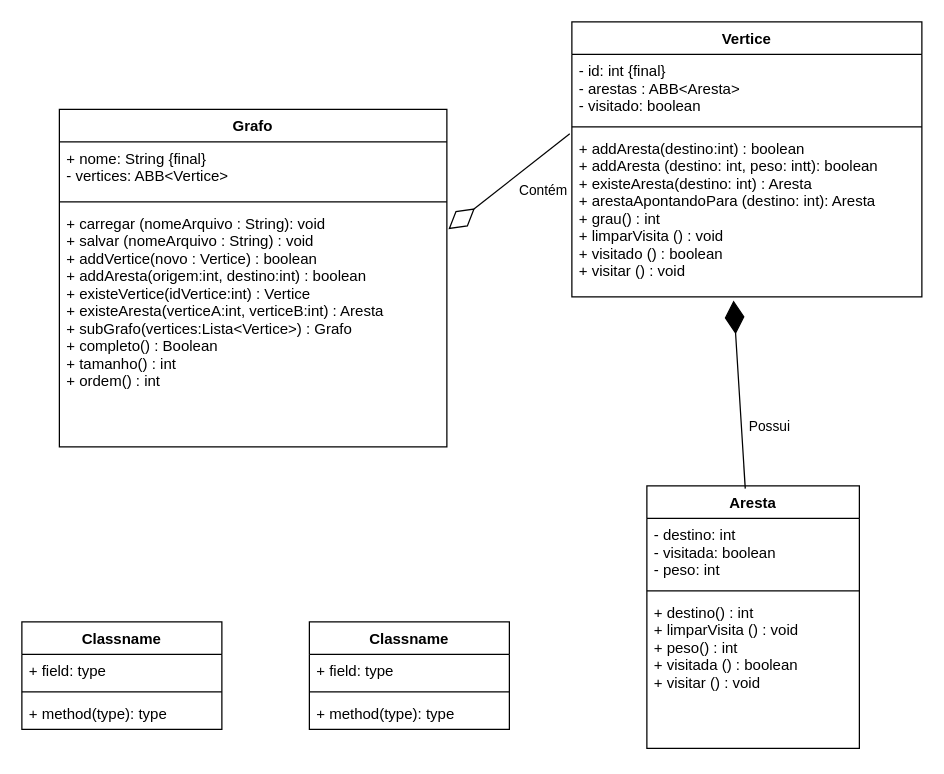
Earlier version of the draw.io diagram docs/diagramas/2.0 - Diagrama UML Algoritmos em Grafos.drawio (DisciplinasProgramacao/projeto2-t-e-a-m). Source tidied: cells renumbered, new cells numbered last; positions are measured from the earlier drawing's top-left corner, leaving out a move shared by most shapes. Both pictures are drawn from the tidied source at 125%, with x=0, y=0 at pixel (21, 21).
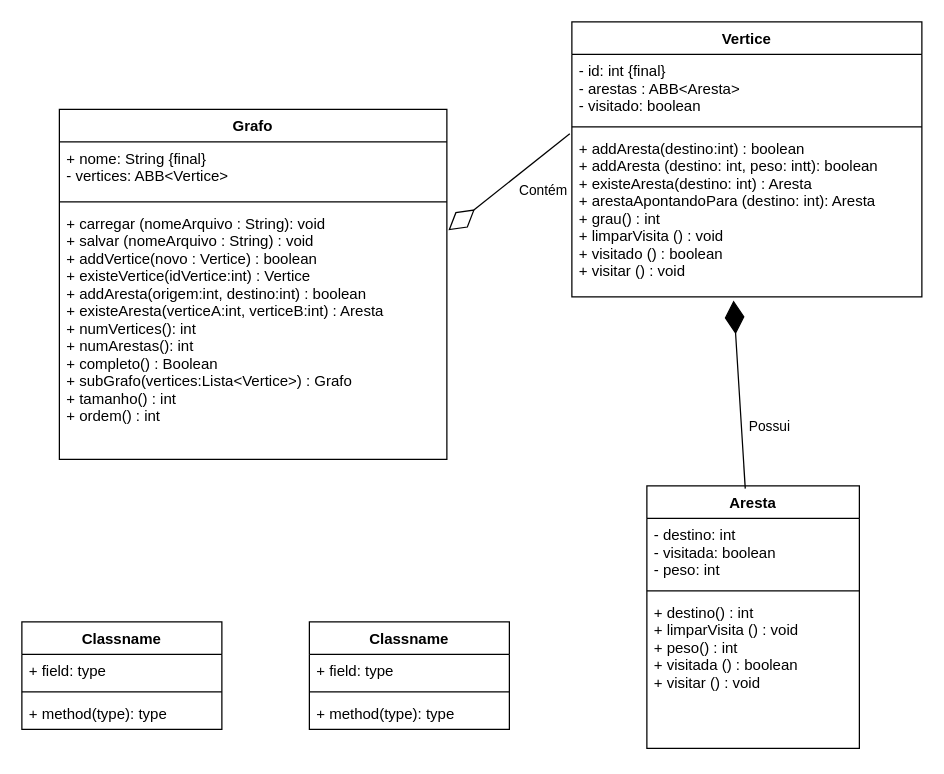
After the change.

What changed in the source:
```diff
@@
     <mxCell id="4" value="Grafo" style="swimlane;fontStyle=1;align=center;verticalAlign=top;horizontal=1;startSize=26;" parent="1" vertex="1">
-      <mxGeometry x="30" y="70" width="310" height="270" as="geometry" />
+      <mxGeometry x="30" y="70" width="310" height="280" as="geometry" />
     </mxCell>
@@
-    <mxCell id="7" value="+ carregar (nomeArquivo : String): void&#10;+ salvar (nomeArquivo : String) : void&#10;+ addVertice(novo : Vertice) : boolean&#10;+ addAresta(origem:int, destino:int) : boolean&#10;+ existeVertice(idVertice:int) : Vertice&#10;+ existeAresta(verticeA:int, verticeB:int) : Aresta&#10;+ subGrafo(vertices:Lista&lt;Vertice&gt;) : Grafo&#10;+ completo() : Boolean&#10;+ tamanho() : int&#10;+ ordem() : int&#10;" style="text;strokeColor=none;fillColor=none;align=left;verticalAlign=top;spacingLeft=4;spacingRight=4;overflow=hidden;points=[[0,0.5],[1,0.5]];portConstraint=eastwest;" parent="4" vertex="1">
-      <mxGeometry y="78" width="310" height="192" as="geometry" />
+    <mxCell id="7" value="+ carregar (nomeArquivo : String): void&#10;+ salvar (nomeArquivo : String) : void&#10;+ addVertice(novo : Vertice) : boolean&#10;+ existeVertice(idVertice:int) : Vertice&#10;+ addAresta(origem:int, destino:int) : boolean&#10;+ existeAresta(verticeA:int, verticeB:int) : Aresta&#10;+ numVertices(): int&#10;+ numArestas(): int&#10;+ completo() : Boolean&#10;+ subGrafo(vertices:Lista&lt;Vertice&gt;) : Grafo&#10;+ tamanho() : int&#10;+ ordem() : int&#10;" style="text;strokeColor=none;fillColor=none;align=left;verticalAlign=top;spacingLeft=4;spacingRight=4;overflow=hidden;points=[[0,0.5],[1,0.5]];portConstraint=eastwest;" parent="4" vertex="1">
+      <mxGeometry y="78" width="310" height="202" as="geometry" />
     </mxCell>
```
